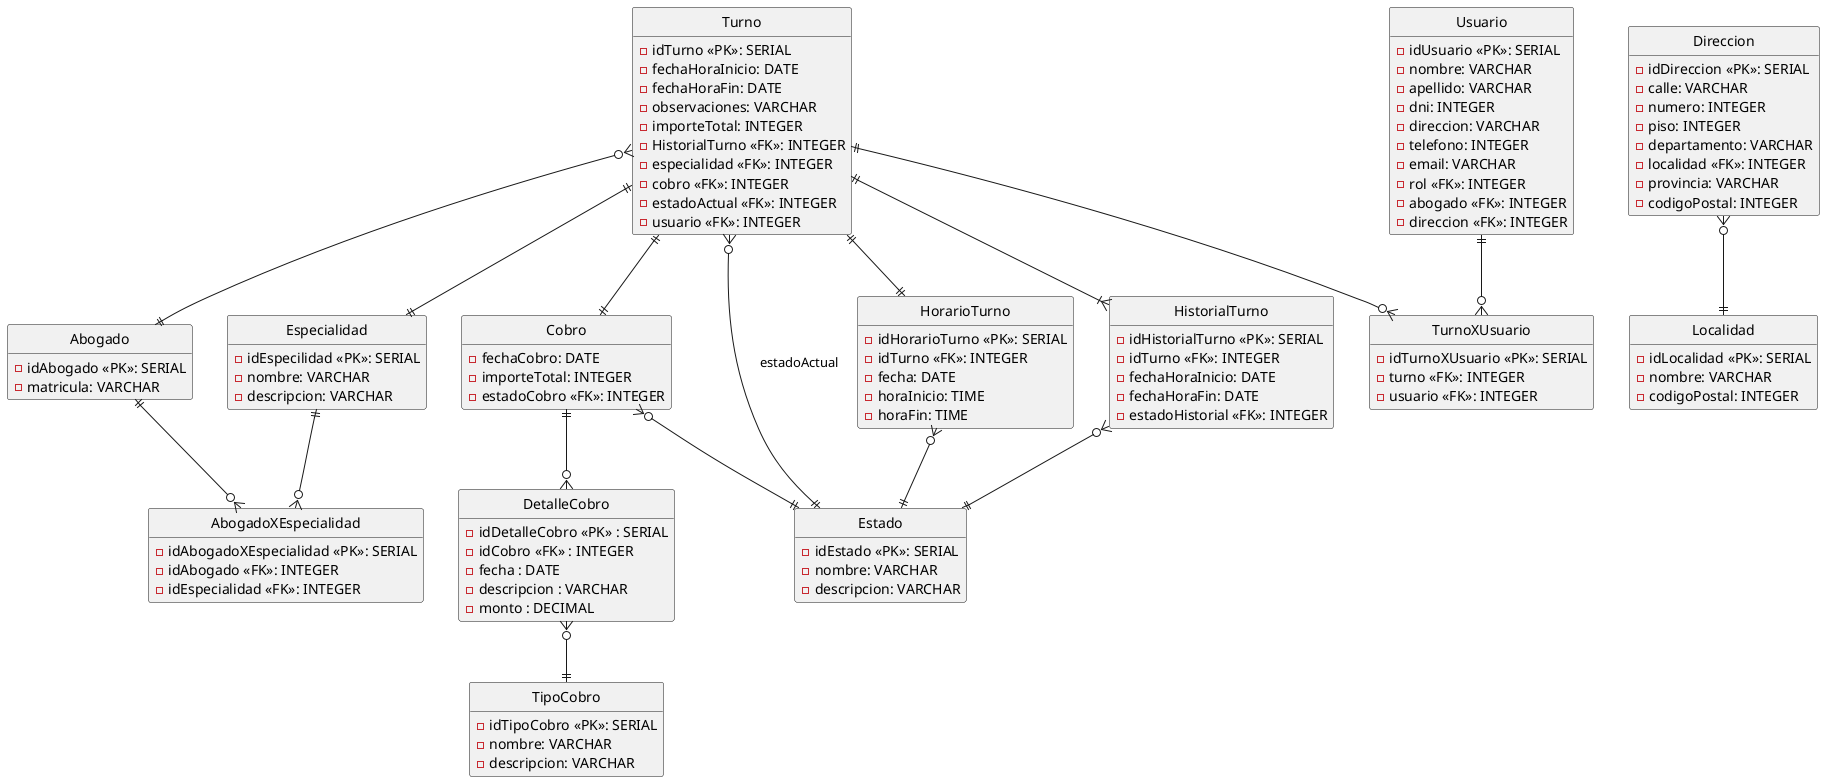
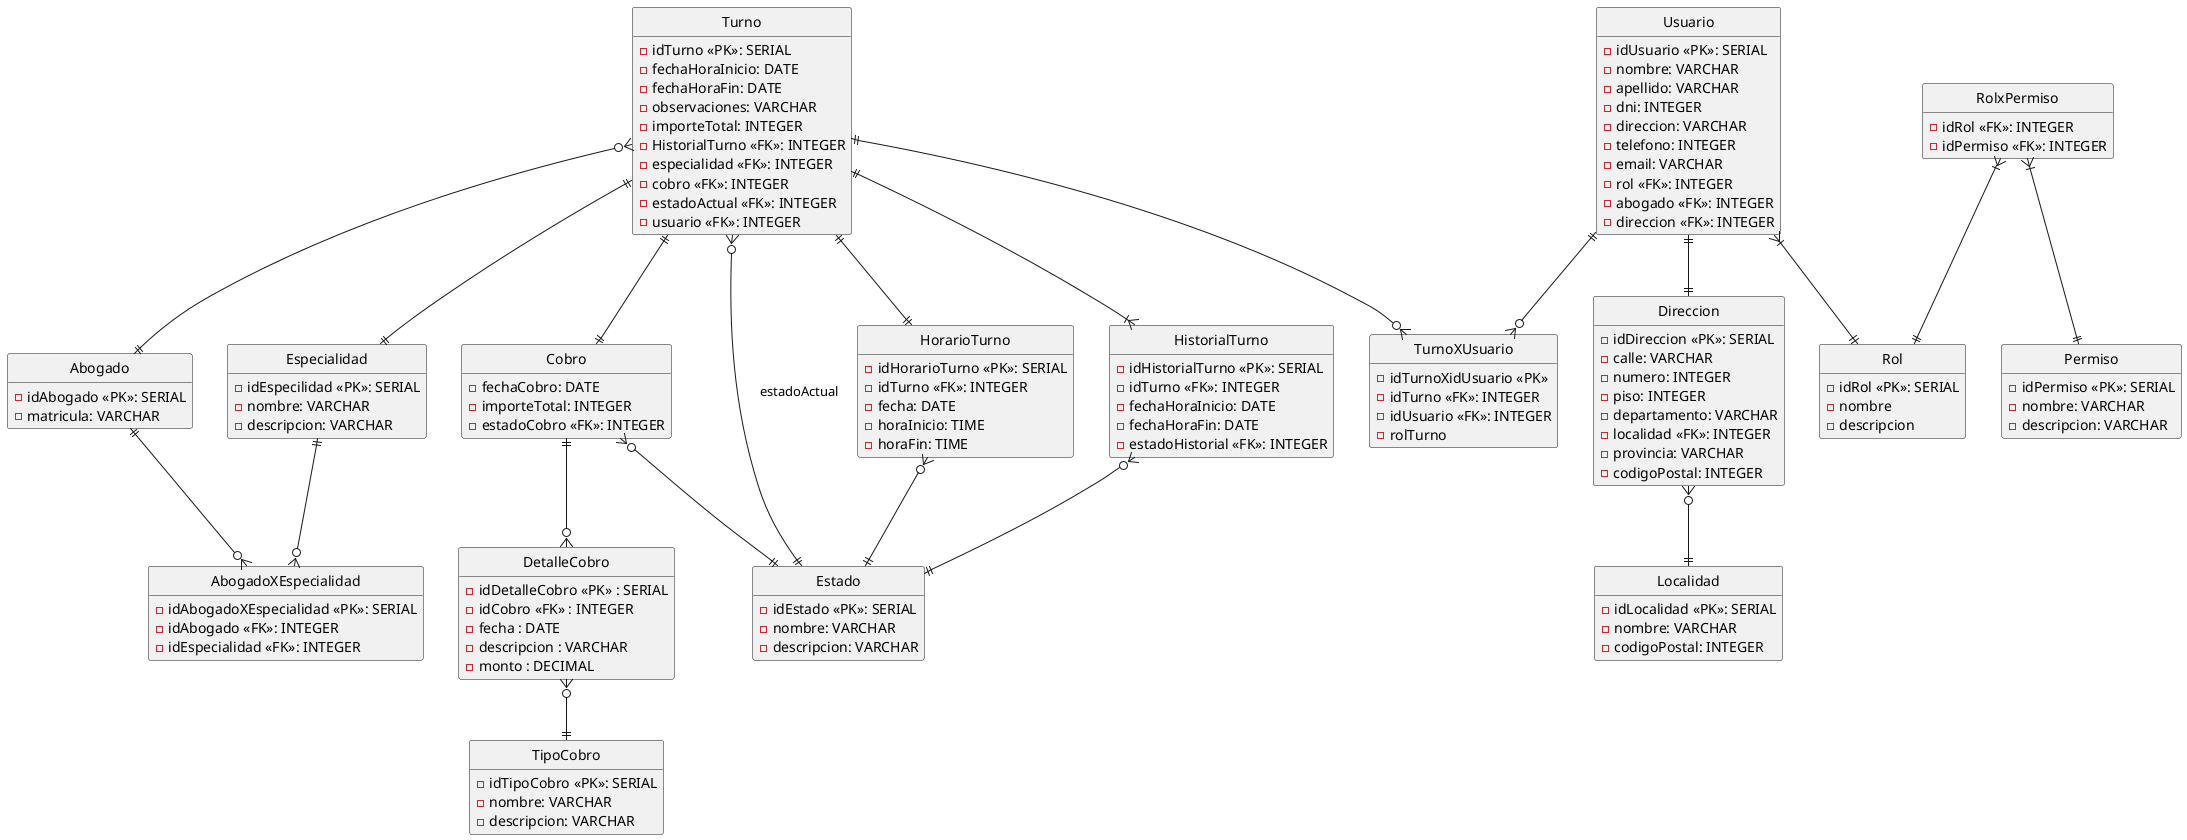
@startuml derMedinaYAsociados
hide circle
hide empty method

entity Turno {
    -idTurno <<PK>>: SERIAL
    -fechaHoraInicio: DATE
    -fechaHoraFin: DATE
    -observaciones: VARCHAR
    -importeTotal: INTEGER
    -HistorialTurno <<FK>>: INTEGER
    -especialidad <<FK>>: INTEGER
    -cobro <<FK>>: INTEGER
    -estadoActual <<FK>>: INTEGER
    -usuario <<FK>>: INTEGER
}

entity Abogado {
    -idAbogado <<PK>>: SERIAL
    -matricula: VARCHAR
}


entity Cobro {
    -fechaCobro: DATE
    -importeTotal: INTEGER
    -estadoCobro <<FK>>: INTEGER
}

entity Especialidad {
    -idEspecilidad <<PK>>: SERIAL
    -nombre: VARCHAR
    -descripcion: VARCHAR
}

entity TipoCobro {
    -idTipoCobro <<PK>>: SERIAL
    -nombre: VARCHAR
    -descripcion: VARCHAR
}

entity Estado {
    -idEstado <<PK>>: SERIAL
    -nombre: VARCHAR
    -descripcion: VARCHAR
}

entity DetalleCobro {
    - idDetalleCobro <<PK>> : SERIAL
    - idCobro <<FK>> : INTEGER
    - fecha : DATE
    - descripcion : VARCHAR
    - monto : DECIMAL
}

entity Direccion {
    -idDireccion <<PK>>: SERIAL
    -calle: VARCHAR
    -numero: INTEGER
    -piso: INTEGER
    -departamento: VARCHAR
    -localidad <<FK>>: INTEGER
    -provincia: VARCHAR
    -codigoPostal: INTEGER
}

entity Localidad {
    -idLocalidad <<PK>>: SERIAL
    -nombre: VARCHAR
    -codigoPostal: INTEGER
}

entity HorarioTurno {
    -idHorarioTurno <<PK>>: SERIAL
    -idTurno <<FK>>: INTEGER
    -fecha: DATE
    -horaInicio: TIME
    -horaFin: TIME
}

entity HistorialTurno {
    -idHistorialTurno <<PK>>: SERIAL
    -idTurno <<FK>>: INTEGER
    -fechaHoraInicio: DATE
    -fechaHoraFin: DATE
    -estadoHistorial <<FK>>: INTEGER
}

entity AbogadoXEspecialidad{
    -idAbogadoXEspecialidad <<PK>>: SERIAL
    -idAbogado <<FK>>: INTEGER
    -idEspecialidad <<FK>>: INTEGER
}

entity Usuario{
    -idUsuario <<PK>>: SERIAL
    -nombre: VARCHAR
    -apellido: VARCHAR
    -dni: INTEGER
    -direccion: VARCHAR
    -telefono: INTEGER
    -email: VARCHAR
    -rol <<FK>>: INTEGER
    -abogado <<FK>>: INTEGER
    -direccion <<FK>>: INTEGER
}

+ entity Rol {
+     -idRol <<PK>>: SERIAL
+     -nombre
+     -descripcion
+ }
+ 
+ entity Permiso{
+     -idPermiso <<PK>>: SERIAL
+     -nombre: VARCHAR
+     -descripcion: VARCHAR
+ }
+ 
entity TurnoXUsuario{
-     -idTurnoXUsuario <<PK>>: SERIAL
-     -turno <<FK>>: INTEGER
-     -usuario <<FK>>: INTEGER
+     -idTurnoXidUsuario <<PK>>
+     -idTurno <<FK>>: INTEGER
+     -idUsuario <<FK>>: INTEGER
+     -rolTurno
+ }
+ 
+ entity RolxPermiso{
+     -idRol <<FK>>: INTEGER
+     -idPermiso <<FK>>: INTEGER
}

Turno ||--|| Cobro
Turno }o--|| Estado : "estadoActual"
Turno ||--|{ HistorialTurno
Turno ||--|| Especialidad
Turno ||--|| HorarioTurno
Turno }o--|| Abogado

Cobro ||--o{ DetalleCobro
Cobro }o--|| Estado
- 
- 

DetalleCobro }o--|| TipoCobro

HistorialTurno }o--||Estado

HorarioTurno }o--||Estado

AbogadoXEspecialidad }o-up-|| Especialidad
AbogadoXEspecialidad }o-up-|| Abogado

Direccion }o--|| Localidad

Turno ||--o{ TurnoXUsuario
Usuario ||--o{ TurnoXUsuario
+ 
+ Usuario ||--|| Direccion
+ 
+ Usuario }|--|| Rol
+ RolxPermiso }|--|| Permiso
+ RolxPermiso }|--|| Rol
@enduml